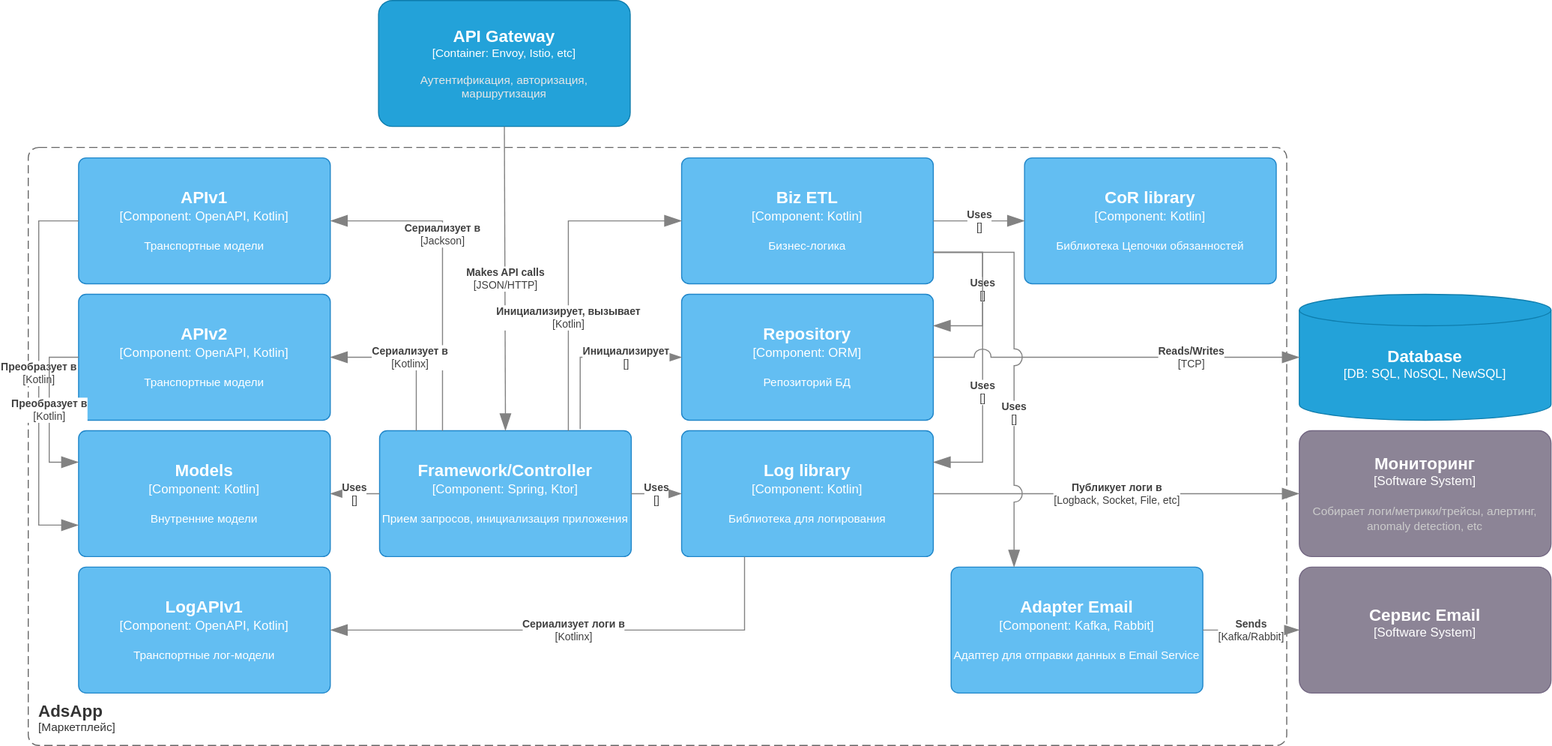
The draw.io diagram ml-project/docum/arch-C4-containers.drawio.svg in AlekseyFilatov/OTUS-Kotlin-Developer-hw, before a commit. Source tidied: cells renumbered, new cells last; positions are measured from the earlier drawing's top-left corner, leaving out a move shared by most shapes.
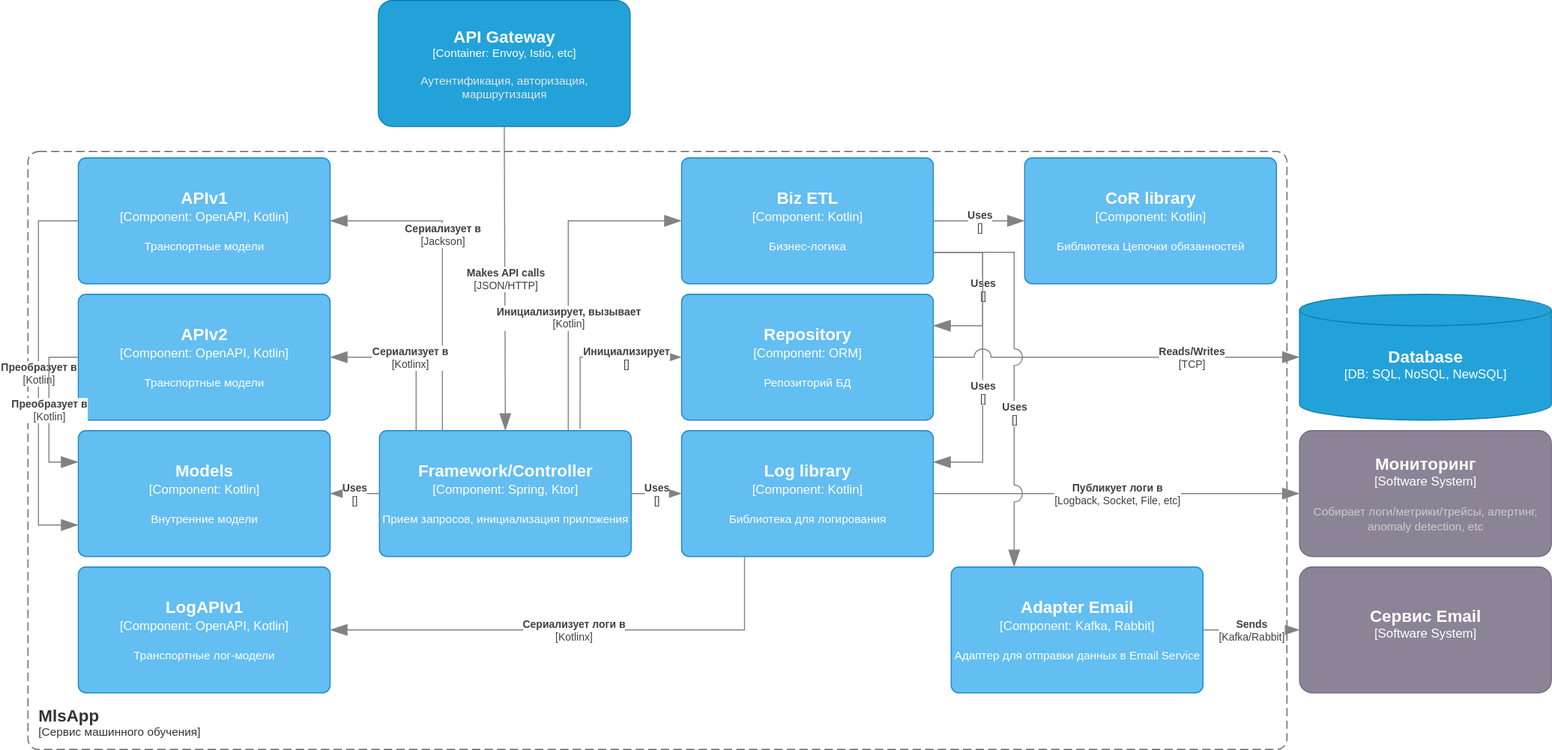
Above is the later version.

Change to the diagram source:
```diff
@@ -2,9 +2,9 @@
   <root>
     <mxCell id="0" />
     <mxCell id="1" parent="0" />
-    <object id="2" label="&lt;font style=&quot;font-size: 16px&quot;&gt;&lt;b&gt;&lt;div style=&quot;text-align: left&quot;&gt;%c4Name%&lt;/div&gt;&lt;/b&gt;&lt;/font&gt;&lt;div style=&quot;text-align: left&quot;&gt;[%c4Application%]&lt;/div&gt;" c4Application="Маркетплейс" c4Name="AdsApp" c4Type="ContainerScopeBoundary" placeholders="1">
+    <object id="2" label="&lt;font style=&quot;font-size: 16px&quot;&gt;&lt;b&gt;&lt;div style=&quot;text-align: left&quot;&gt;%c4Name%&lt;/div&gt;&lt;/b&gt;&lt;/font&gt;&lt;div style=&quot;text-align: left&quot;&gt;[%c4Application%]&lt;/div&gt;" c4Application="Сервис машинного обучения" c4Name="MlsApp" c4Type="ContainerScopeBoundary" placeholders="1">
       <mxCell style="rounded=1;fontSize=11;whiteSpace=wrap;html=1;dashed=1;arcSize=20;fillColor=none;strokeColor=#666666;fontColor=#333333;labelBackgroundColor=none;align=left;verticalAlign=bottom;labelBorderColor=none;spacingTop=0;spacing=10;dashPattern=8 4;perimeter=rectanglePerimeter;noLabel=0;labelPadding=0;absoluteArcSize=1;" parent="1" vertex="1">
-        <mxGeometry y="140" width="1200" height="570" as="geometry" />
+        <mxGeometry y="144" width="1200" height="570" as="geometry" />
       </mxCell>
     </object>
     <object id="3" label="&lt;font style=&quot;font-size: 16px&quot;&gt;&lt;b&gt;%c4Name%&lt;/b&gt;&lt;/font&gt;&lt;div&gt;[%c4Type%: %c4Technology%]&lt;/div&gt;&lt;br&gt;&lt;div&gt;&lt;font style=&quot;font-size: 11px&quot;&gt;&lt;font color=&quot;#E6E6E6&quot;&gt;%c4Description%&lt;/font&gt;&lt;/div&gt;" c4Description="Аутентификация, авторизация, маршрутизация" c4Name="API Gateway" c4Technology="Envoy, Istio, etc" c4Type="Container" placeholders="1">
```
